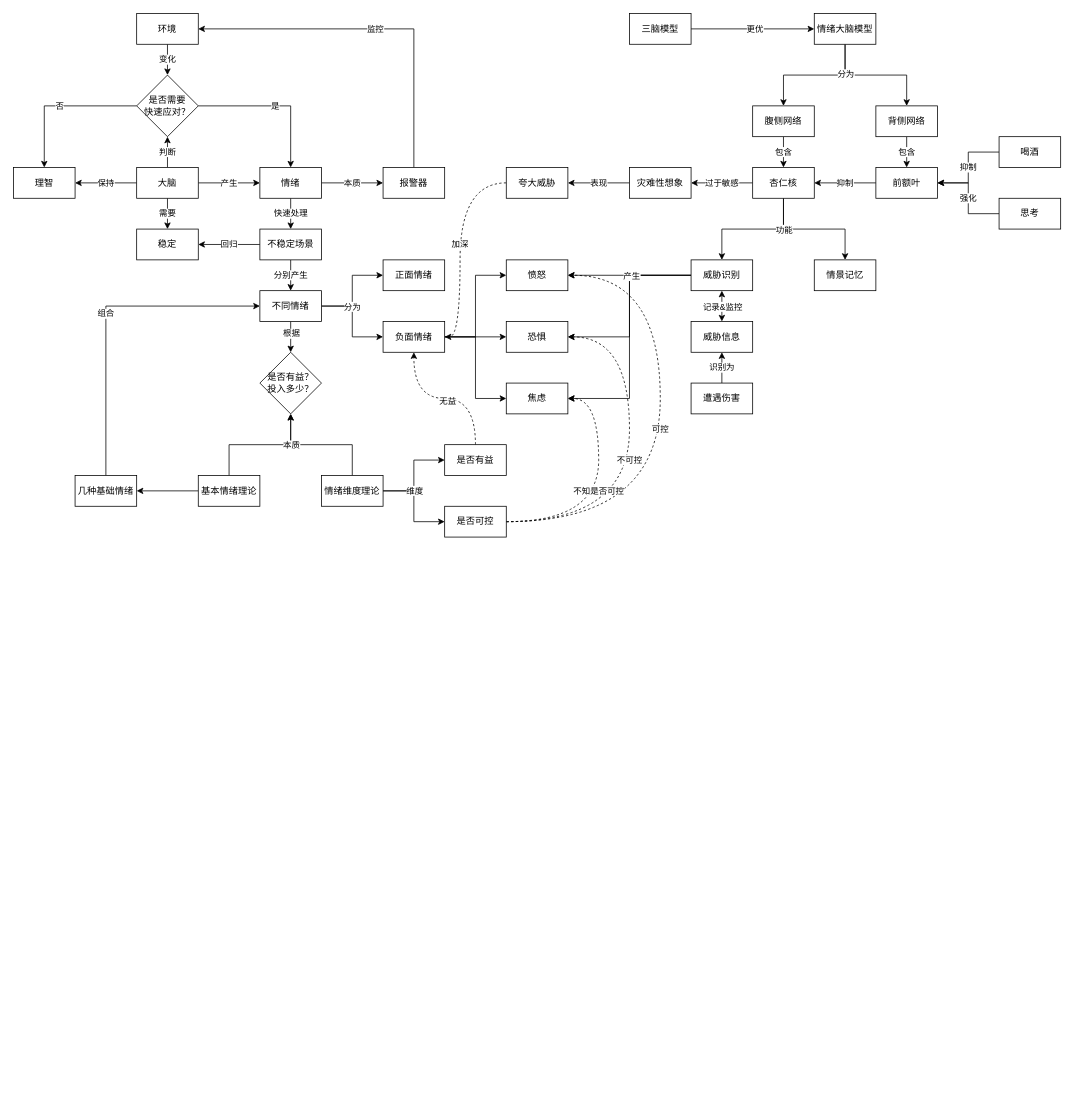
Earlier version of the draw.io diagram 掌控情绪.drawio (youyusan/open_mind). Source tidied: cells renumbered, new cells numbered last; positions are measured from the earlier drawing's top-left corner, leaving out a move shared by most shapes. Both pictures are drawn from the tidied source at 77%, with x=0, y=0 at pixel (13, 13).
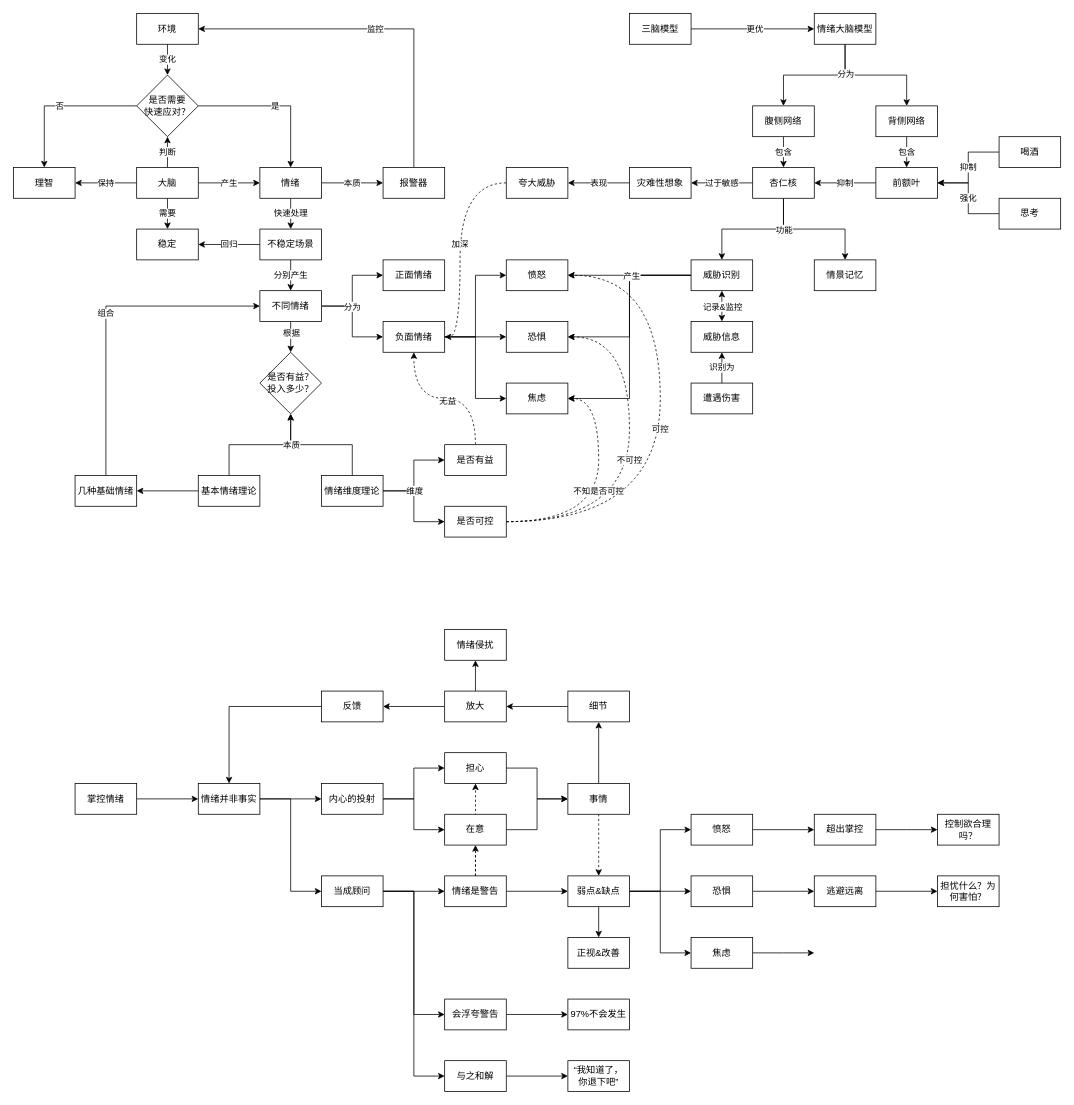
Above is the later version.

Commit message:
更新掌控情绪.drawio

Diff of the diagram source:
```diff
@@
+    <mxCell id="92" style="edgeStyle=orthogonalEdgeStyle;rounded=0;jettySize=auto;html=1;entryX=0.5;entryY=1;entryDx=0;entryDy=0;dashed=1;" parent="1" edge="1" source="121" target="99">
+      <mxGeometry relative="1" as="geometry" />
+    </mxCell>
@@
+    <mxCell id="93" style="edgeStyle=orthogonalEdgeStyle;rounded=0;jettySize=auto;html=1;" parent="1" edge="1" source="94" target="97">
+      <mxGeometry relative="1" as="geometry" />
+    </mxCell>
+    <mxCell id="94" value="掌控情绪" style="rounded=0;whiteSpace=wrap;html=1;" parent="1" vertex="1">
+      <mxGeometry x="80" y="1000" width="80" height="40" as="geometry" />
+    </mxCell>
+    <mxCell id="95" style="edgeStyle=orthogonalEdgeStyle;rounded=0;jettySize=auto;html=1;entryX=0;entryY=0.5;entryDx=0;entryDy=0;" parent="1" edge="1" source="97" target="104">
+      <mxGeometry relative="1" as="geometry" />
+    </mxCell>
+    <mxCell id="96" style="edgeStyle=orthogonalEdgeStyle;rounded=0;jettySize=auto;html=1;entryX=0;entryY=0.5;entryDx=0;entryDy=0;" parent="1" edge="1" source="97" target="118">
+      <mxGeometry relative="1" as="geometry" />
+    </mxCell>
+    <mxCell id="97" value="情绪并非事实" style="rounded=0;whiteSpace=wrap;html=1;" parent="1" vertex="1">
+      <mxGeometry x="240" y="1000" width="80" height="40" as="geometry" />
+    </mxCell>
+    <mxCell id="98" style="edgeStyle=orthogonalEdgeStyle;rounded=0;jettySize=auto;html=1;" parent="1" edge="1" source="99" target="107">
+      <mxGeometry relative="1" as="geometry" />
+    </mxCell>
+    <mxCell id="99" value="担心" style="rounded=0;whiteSpace=wrap;html=1;" parent="1" vertex="1">
+      <mxGeometry x="560" y="960" width="80" height="40" as="geometry" />
+    </mxCell>
+    <mxCell id="100" style="edgeStyle=orthogonalEdgeStyle;rounded=0;jettySize=auto;html=1;entryX=0;entryY=0.5;entryDx=0;entryDy=0;" parent="1" edge="1" source="101" target="107">
+      <mxGeometry relative="1" as="geometry" />
+    </mxCell>
+    <mxCell id="101" value="在意" style="rounded=0;whiteSpace=wrap;html=1;" parent="1" vertex="1">
+      <mxGeometry x="560" y="1040" width="80" height="40" as="geometry" />
+    </mxCell>
+    <mxCell id="102" style="edgeStyle=orthogonalEdgeStyle;rounded=0;jettySize=auto;html=1;entryX=0;entryY=0.5;entryDx=0;entryDy=0;" parent="1" edge="1" source="104" target="99">
+      <mxGeometry relative="1" as="geometry" />
+    </mxCell>
+    <mxCell id="103" style="edgeStyle=orthogonalEdgeStyle;rounded=0;jettySize=auto;html=1;entryX=0;entryY=0.5;entryDx=0;entryDy=0;" parent="1" edge="1" source="104" target="101">
+      <mxGeometry relative="1" as="geometry" />
+    </mxCell>
+    <mxCell id="104" value="内心的投射" style="rounded=0;whiteSpace=wrap;html=1;" parent="1" vertex="1">
+      <mxGeometry x="400" y="1000" width="80" height="40" as="geometry" />
+    </mxCell>
+    <mxCell id="105" style="edgeStyle=orthogonalEdgeStyle;rounded=0;jettySize=auto;html=1;" parent="1" edge="1" source="107" target="109">
+      <mxGeometry relative="1" as="geometry" />
+    </mxCell>
+    <mxCell id="106" style="edgeStyle=orthogonalEdgeStyle;rounded=0;jettySize=auto;html=1;endArrow=classic;endFill=1;dashed=1;curved=1;" parent="1" edge="1" source="107" target="126">
+      <mxGeometry relative="1" as="geometry" />
+    </mxCell>
+    <mxCell id="107" value="事情" style="rounded=0;whiteSpace=wrap;html=1;" parent="1" vertex="1">
+      <mxGeometry x="720" y="1000" width="80" height="40" as="geometry" />
+    </mxCell>
+    <mxCell id="108" style="edgeStyle=orthogonalEdgeStyle;rounded=0;jettySize=auto;html=1;entryX=1;entryY=0.5;entryDx=0;entryDy=0;" parent="1" edge="1" source="109" target="112">
+      <mxGeometry relative="1" as="geometry" />
+    </mxCell>
+    <mxCell id="109" value="细节" style="rounded=0;whiteSpace=wrap;html=1;" parent="1" vertex="1">
+      <mxGeometry x="720" y="880" width="80" height="40" as="geometry" />
+    </mxCell>
+    <mxCell id="110" style="edgeStyle=orthogonalEdgeStyle;rounded=0;jettySize=auto;html=1;" parent="1" edge="1" source="112" target="114">
+      <mxGeometry relative="1" as="geometry" />
+    </mxCell>
+    <mxCell id="111" style="edgeStyle=orthogonalEdgeStyle;rounded=0;jettySize=auto;html=1;" parent="1" edge="1" source="112" target="127">
+      <mxGeometry relative="1" as="geometry" />
+    </mxCell>
+    <mxCell id="112" value="放大" style="rounded=0;whiteSpace=wrap;html=1;" parent="1" vertex="1">
+      <mxGeometry x="560" y="880" width="80" height="40" as="geometry" />
+    </mxCell>
+    <mxCell id="113" style="edgeStyle=orthogonalEdgeStyle;rounded=0;jettySize=auto;html=1;entryX=0.5;entryY=0;entryDx=0;entryDy=0;" parent="1" edge="1" source="114" target="97">
+      <mxGeometry relative="1" as="geometry" />
+    </mxCell>
+    <mxCell id="114" value="反馈" style="rounded=0;whiteSpace=wrap;html=1;" parent="1" vertex="1">
+      <mxGeometry x="400" y="880" width="80" height="40" as="geometry" />
+    </mxCell>
+    <mxCell id="115" style="edgeStyle=orthogonalEdgeStyle;rounded=0;jettySize=auto;html=1;" parent="1" edge="1" source="118" target="121">
+      <mxGeometry relative="1" as="geometry" />
+    </mxCell>
+    <mxCell id="116" style="edgeStyle=orthogonalEdgeStyle;rounded=0;jettySize=auto;html=1;entryX=0;entryY=0.5;entryDx=0;entryDy=0;" parent="1" edge="1" source="118" target="142">
+      <mxGeometry relative="1" as="geometry" />
+    </mxCell>
+    <mxCell id="117" style="edgeStyle=orthogonalEdgeStyle;rounded=0;jettySize=auto;html=1;entryX=0;entryY=0.5;entryDx=0;entryDy=0;" parent="1" edge="1" source="118" target="145">
+      <mxGeometry relative="1" as="geometry" />
+    </mxCell>
+    <mxCell id="118" value="当成顾问" style="rounded=0;whiteSpace=wrap;html=1;" parent="1" vertex="1">
+      <mxGeometry x="400" y="1120" width="80" height="40" as="geometry" />
+    </mxCell>
+    <mxCell id="119" style="edgeStyle=orthogonalEdgeStyle;rounded=0;jettySize=auto;html=1;" parent="1" edge="1" source="121" target="126">
+      <mxGeometry relative="1" as="geometry" />
+    </mxCell>
+    <mxCell id="120" style="edgeStyle=orthogonalEdgeStyle;rounded=0;jettySize=auto;html=1;dashed=1;" parent="1" edge="1" source="121" target="101">
+      <mxGeometry relative="1" as="geometry" />
+    </mxCell>
+    <mxCell id="121" value="情绪是警告" style="rounded=0;whiteSpace=wrap;html=1;" parent="1" vertex="1">
+      <mxGeometry x="560" y="1120" width="80" height="40" as="geometry" />
+    </mxCell>
+    <mxCell id="122" style="edgeStyle=orthogonalEdgeStyle;rounded=0;jettySize=auto;html=1;entryX=0.5;entryY=0;entryDx=0;entryDy=0;" parent="1" edge="1" source="126" target="128">
+      <mxGeometry relative="1" as="geometry" />
+    </mxCell>
+    <mxCell id="123" style="edgeStyle=orthogonalEdgeStyle;rounded=0;jettySize=auto;html=1;entryX=0;entryY=0.5;entryDx=0;entryDy=0;" parent="1" edge="1" source="126" target="130">
+      <mxGeometry relative="1" as="geometry" />
+    </mxCell>
+    <mxCell id="124" style="edgeStyle=orthogonalEdgeStyle;rounded=0;jettySize=auto;html=1;entryX=0;entryY=0.5;entryDx=0;entryDy=0;" parent="1" edge="1" source="126" target="132">
+      <mxGeometry relative="1" as="geometry" />
+    </mxCell>
+    <mxCell id="125" style="edgeStyle=orthogonalEdgeStyle;rounded=0;jettySize=auto;html=1;entryX=0;entryY=0.5;entryDx=0;entryDy=0;" parent="1" edge="1" source="126" target="134">
+      <mxGeometry relative="1" as="geometry" />
+    </mxCell>
+    <mxCell id="126" value="弱点&amp;amp;缺点" style="rounded=0;whiteSpace=wrap;html=1;" parent="1" vertex="1">
+      <mxGeometry x="720" y="1120" width="80" height="40" as="geometry" />
+    </mxCell>
+    <mxCell id="127" value="情绪侵扰" style="rounded=0;whiteSpace=wrap;html=1;" parent="1" vertex="1">
+      <mxGeometry x="560" y="800" width="80" height="40" as="geometry" />
+    </mxCell>
+    <mxCell id="128" value="正视&amp;amp;改善" style="rounded=0;whiteSpace=wrap;html=1;" parent="1" vertex="1">
+      <mxGeometry x="720" y="1200" width="80" height="40" as="geometry" />
+    </mxCell>
+    <mxCell id="129" style="edgeStyle=orthogonalEdgeStyle;rounded=0;jettySize=auto;html=1;entryX=0;entryY=0.5;entryDx=0;entryDy=0;" parent="1" edge="1" source="130" target="136">
+      <mxGeometry relative="1" as="geometry" />
+    </mxCell>
+    <mxCell id="130" value="愤怒" style="rounded=0;whiteSpace=wrap;html=1;" parent="1" vertex="1">
+      <mxGeometry x="880" y="1040" width="80" height="40" as="geometry" />
+    </mxCell>
+    <mxCell id="131" style="edgeStyle=orthogonalEdgeStyle;rounded=0;jettySize=auto;html=1;entryX=0;entryY=0.5;entryDx=0;entryDy=0;" parent="1" edge="1" source="132" target="138">
+      <mxGeometry relative="1" as="geometry" />
+    </mxCell>
+    <mxCell id="132" value="恐惧" style="rounded=0;whiteSpace=wrap;html=1;" parent="1" vertex="1">
+      <mxGeometry x="880" y="1120" width="80" height="40" as="geometry" />
+    </mxCell>
+    <mxCell id="133" style="edgeStyle=orthogonalEdgeStyle;rounded=0;jettySize=auto;html=1;" parent="1" edge="1" source="134">
+      <mxGeometry relative="1" as="geometry">
+        <mxPoint x="1040" y="1220" as="targetPoint" />
+      </mxGeometry>
+    </mxCell>
+    <mxCell id="134" value="焦虑" style="rounded=0;whiteSpace=wrap;html=1;" parent="1" vertex="1">
+      <mxGeometry x="880" y="1200" width="80" height="40" as="geometry" />
+    </mxCell>
+    <mxCell id="135" style="edgeStyle=orthogonalEdgeStyle;rounded=0;jettySize=auto;html=1;" parent="1" edge="1" source="136">
+      <mxGeometry relative="1" as="geometry">
+        <mxPoint x="1200" y="1060" as="targetPoint" />
+      </mxGeometry>
+    </mxCell>
+    <mxCell id="136" value="超出掌控" style="rounded=0;whiteSpace=wrap;html=1;" parent="1" vertex="1">
+      <mxGeometry x="1040" y="1040" width="80" height="40" as="geometry" />
+    </mxCell>
+    <mxCell id="137" style="edgeStyle=orthogonalEdgeStyle;rounded=0;jettySize=auto;html=1;" parent="1" edge="1" source="138" target="140">
+      <mxGeometry relative="1" as="geometry" />
+    </mxCell>
+    <mxCell id="138" value="逃避远离" style="rounded=0;whiteSpace=wrap;html=1;" parent="1" vertex="1">
+      <mxGeometry x="1040" y="1120" width="80" height="40" as="geometry" />
+    </mxCell>
+    <mxCell id="139" value="控制欲合理吗？" style="rounded=0;whiteSpace=wrap;html=1;" parent="1" vertex="1">
+      <mxGeometry x="1200" y="1040" width="80" height="40" as="geometry" />
+    </mxCell>
+    <mxCell id="140" value="担忧什么？为何害怕？" style="rounded=0;whiteSpace=wrap;html=1;" parent="1" vertex="1">
+      <mxGeometry x="1200" y="1120" width="80" height="40" as="geometry" />
+    </mxCell>
+    <mxCell id="141" style="edgeStyle=orthogonalEdgeStyle;rounded=0;jettySize=auto;html=1;" parent="1" edge="1" source="142" target="143">
+      <mxGeometry relative="1" as="geometry" />
+    </mxCell>
+    <mxCell id="142" value="会浮夸警告" style="rounded=0;whiteSpace=wrap;html=1;" parent="1" vertex="1">
+      <mxGeometry x="560" y="1280" width="80" height="40" as="geometry" />
+    </mxCell>
+    <mxCell id="143" value="97%不会发生" style="rounded=0;whiteSpace=wrap;html=1;" parent="1" vertex="1">
+      <mxGeometry x="720" y="1280" width="80" height="40" as="geometry" />
+    </mxCell>
+    <mxCell id="144" style="edgeStyle=orthogonalEdgeStyle;rounded=0;jettySize=auto;html=1;entryX=0;entryY=0.5;entryDx=0;entryDy=0;" parent="1" edge="1" source="145" target="146">
+      <mxGeometry relative="1" as="geometry" />
+    </mxCell>
+    <mxCell id="145" value="与之和解" style="rounded=0;whiteSpace=wrap;html=1;" parent="1" vertex="1">
+      <mxGeometry x="560" y="1360" width="80" height="40" as="geometry" />
+    </mxCell>
+    <mxCell id="146" value="“我知道了，&lt;br&gt;你退下吧”" style="rounded=0;whiteSpace=wrap;html=1;" parent="1" vertex="1">
+      <mxGeometry x="720" y="1360" width="80" height="40" as="geometry" />
+    </mxCell>
```
